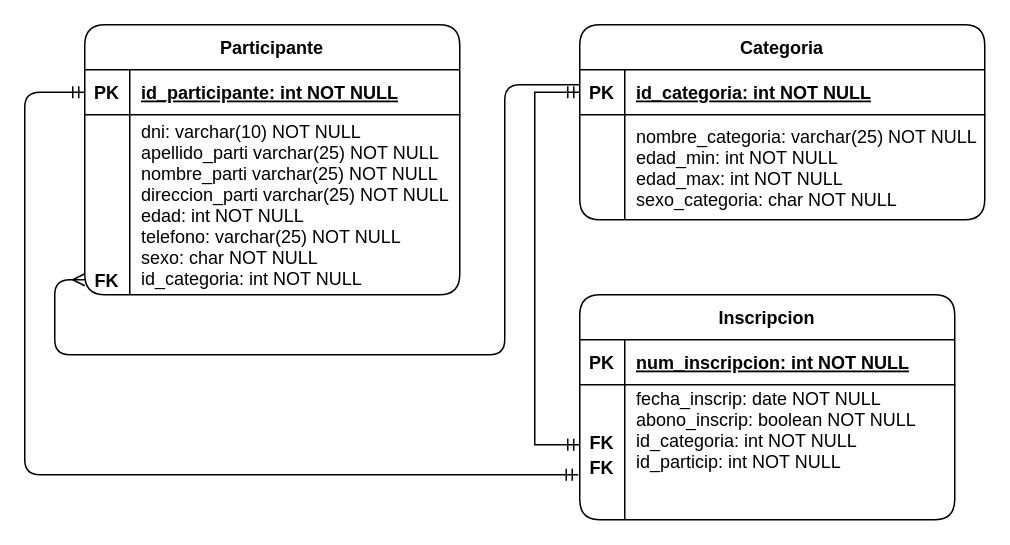
Before: Consultas_SQL/torneo_tenis.drawio in caidevOficial/Java_PoloTic_Fullstack, a draw.io diagram. Source tidied: cells renumbered, new cells numbered last; positions are measured from the earlier drawing's top-left corner, leaving out a move shared by most shapes. Both pictures are drawn from the tidied source at 150%, with x=0, y=0 at pixel (24, 24).
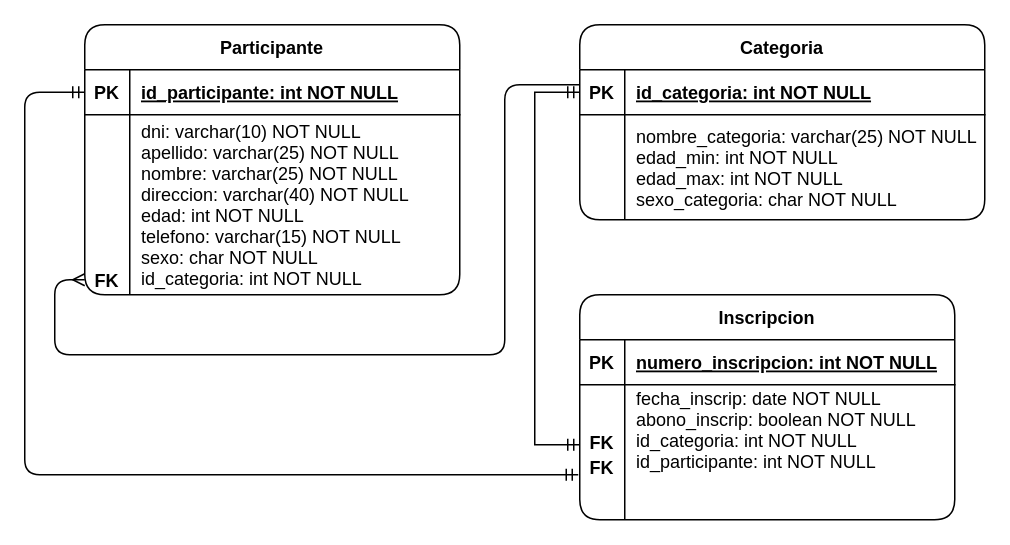
The same diagram, later.

Commit message:
DER - TP_TorneoTenis

Unchanged cells that the change refers to:
```xml
<mxCell id="10" style="shape=partialRectangle;fillColor=none;top=0;left=0;right=0;bottom=1;rounded=1;" parent="9" vertex="1">
  <mxGeometry y="30" width="250" height="30" as="geometry" />
</mxCell>
<mxCell id="13" style="shape=partialRectangle;fillColor=none;top=0;left=0;right=0;bottom=0;rounded=1;" parent="9" vertex="1">
  <mxGeometry y="60" width="250" height="60" as="geometry" />
</mxCell>
<mxCell id="23" style="shape=partialRectangle;fillColor=none;top=0;left=0;right=0;bottom=0;rounded=1;" parent="19" vertex="1">
  <mxGeometry y="60" width="250" height="120" as="geometry" />
</mxCell>
```

The edit, as a diff of the source:
```diff
@@
-    <mxCell id="12" value="num_inscripcion: int NOT NULL " style="shape=partialRectangle;overflow=hidden;fillColor=none;top=0;left=0;bottom=0;right=0;align=left;spacingLeft=6;fontStyle=5;rounded=1;" parent="10" vertex="1">
+    <mxCell id="12" value="numero_inscripcion: int NOT NULL " style="shape=partialRectangle;overflow=hidden;fillColor=none;top=0;left=0;bottom=0;right=0;align=left;spacingLeft=6;fontStyle=5;rounded=1;" parent="10" vertex="1">
       <mxGeometry x="30" width="220" height="30" as="geometry" />
     </mxCell>
@@
-    <mxCell id="15" value="fecha_inscrip: date NOT NULL&#10;abono_inscrip: boolean NOT NULL&#10;id_categoria: int NOT NULL&#10;id_particip: int NOT NULL" style="shape=partialRectangle;overflow=hidden;fillColor=none;top=0;left=0;bottom=0;right=0;align=left;spacingLeft=6;rounded=1;" parent="13" vertex="1">
+    <mxCell id="15" value="fecha_inscrip: date NOT NULL&#10;abono_inscrip: boolean NOT NULL&#10;id_categoria: int NOT NULL&#10;id_participante: int NOT NULL" style="shape=partialRectangle;overflow=hidden;fillColor=none;top=0;left=0;bottom=0;right=0;align=left;spacingLeft=6;rounded=1;" parent="13" vertex="1">
       <mxGeometry x="30" width="220" height="60" as="geometry" />
     </mxCell>
@@
-    <mxCell id="25" value="dni: varchar(10) NOT NULL&#10;apellido_parti varchar(25) NOT NULL&#10;nombre_parti varchar(25) NOT NULL&#10;direccion_parti varchar(25) NOT NULL&#10;edad: int NOT NULL&#10;telefono: varchar(25) NOT NULL&#10;sexo: char NOT NULL&#10;id_categoria: int NOT NULL" style="shape=partialRectangle;overflow=hidden;fillColor=none;top=0;left=0;bottom=0;right=0;align=left;spacingLeft=6;rounded=1;" parent="23" vertex="1">
+    <mxCell id="25" value="dni: varchar(10) NOT NULL&#10;apellido: varchar(25) NOT NULL&#10;nombre: varchar(25) NOT NULL&#10;direccion: varchar(40) NOT NULL&#10;edad: int NOT NULL&#10;telefono: varchar(15) NOT NULL&#10;sexo: char NOT NULL&#10;id_categoria: int NOT NULL" style="shape=partialRectangle;overflow=hidden;fillColor=none;top=0;left=0;bottom=0;right=0;align=left;spacingLeft=6;rounded=1;" parent="23" vertex="1">
       <mxGeometry x="30" width="220" height="120" as="geometry" />
     </mxCell>
```
